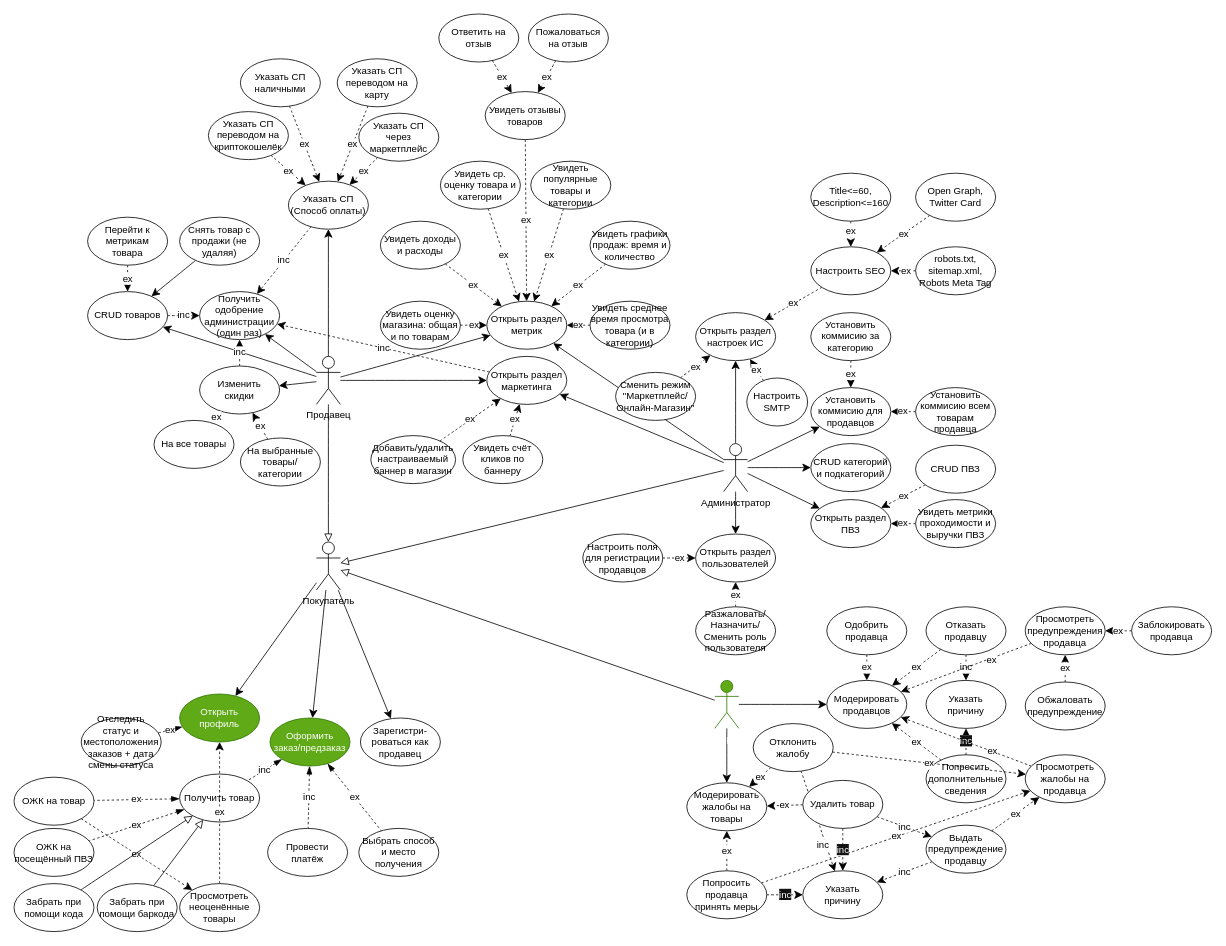
The draw.io diagram page "Копия useCases" (7 of 7) of docs/TEWA - 1 step.drawio in d0lmany/TEWA, before the edit. Source tidied: cells renumbered, new cells numbered last; positions are measured from the earlier drawing's top-left corner, leaving out a move shared by most shapes. Both pictures are drawn from the tidied source at 80%, with x=0, y=0 at pixel (14, 14).
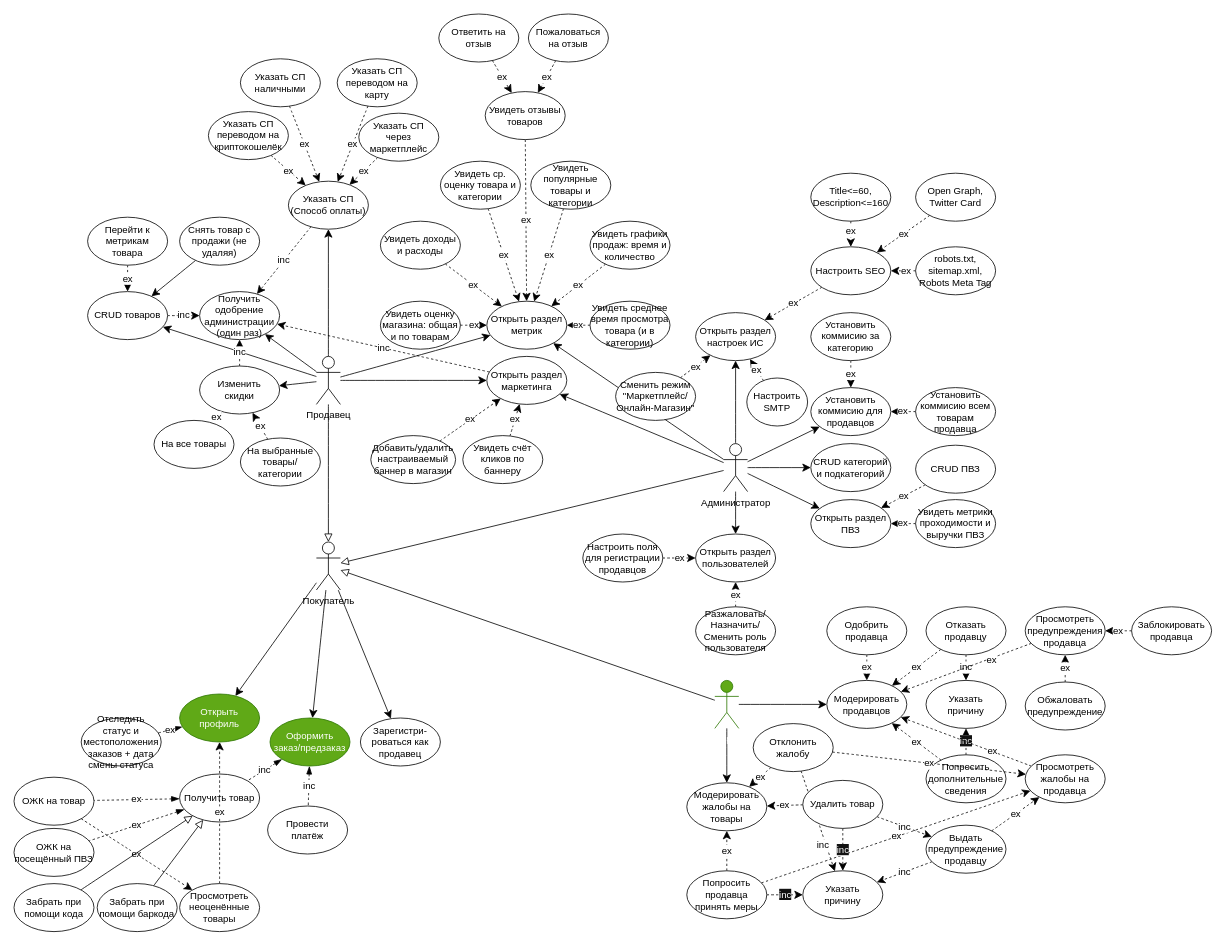
After the change.

Unchanged cells that the change refers to:
```xml
<mxCell id="31" value="Оформить&lt;div&gt;заказ/предзаказ&lt;/div&gt;" style="ellipse;whiteSpace=wrap;html=1;fillColor=#60a917;fontColor=#ffffff;strokeColor=#2D7600;" parent="1" vertex="1">
  <mxGeometry x="320" y="880" width="100" height="60" as="geometry" />
</mxCell>
```

The edit, as a diff of the source:
```diff
@@
-    <mxCell id="28" value="ex" style="edgeStyle=none;curved=1;rounded=0;jettySize=auto;html=1;fontSize=12;startSize=8;endSize=8;dashed=1;startArrow=blockThin;startFill=1;endArrow=none;endFill=0;" parent="1" edge="1" source="31" target="32">
-      <mxGeometry relative="1" as="geometry" />
-    </mxCell>
@@
-    <mxCell id="32" value="Выбрать способ и место получения" style="ellipse;whiteSpace=wrap;html=1;" parent="1" vertex="1">
-      <mxGeometry x="431" y="1018" width="100" height="60" as="geometry" />
-    </mxCell>
     <mxCell id="33" value="Провести&lt;div&gt;платёж&lt;/div&gt;" style="ellipse;whiteSpace=wrap;html=1;" parent="1" vertex="1">
-      <mxGeometry x="317" y="1018" width="100" height="60" as="geometry" />
+      <mxGeometry x="317" y="990" width="100" height="60" as="geometry" />
     </mxCell>
```
